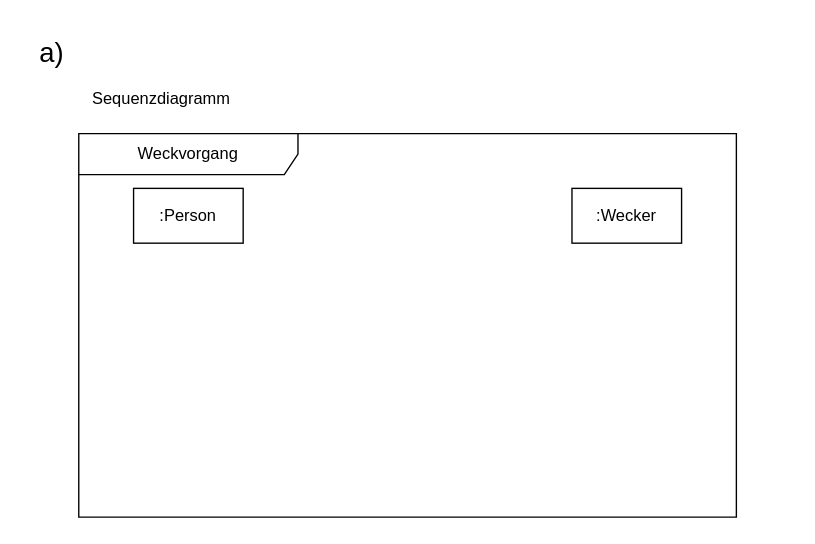
Earlier version of the draw.io diagram 10-13 Sequenzdiagramm und Zustandsdiagramm/Aufgabe10/Aufgabe10.drawio (R4Tobi/modellierung). Source tidied: cells renumbered, new cells numbered last; positions are measured from the earlier drawing's top-left corner, leaving out a move shared by most shapes. Both pictures are drawn from the tidied source at 137%, with x=0, y=0 at pixel (23, 23).
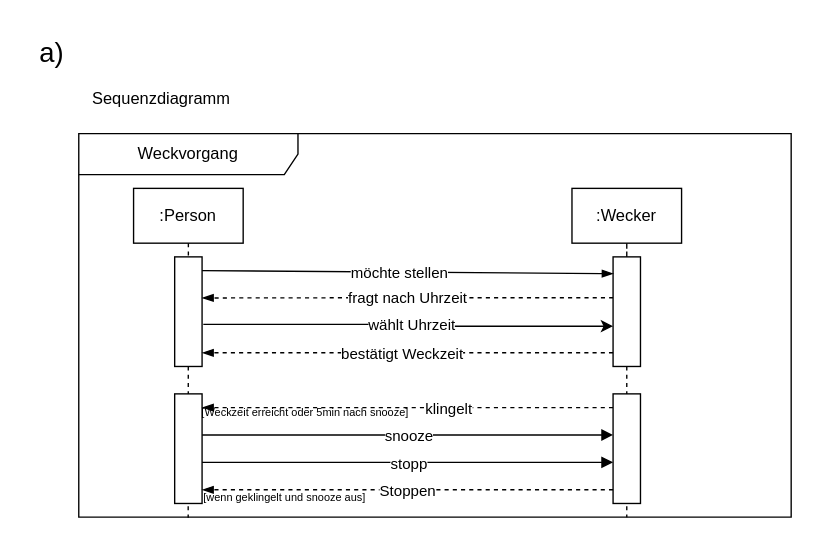
The same diagram, later.

Unchanged cells that the change refers to:
```xml
<mxCell id="3" value=":Person" style="rounded=0;whiteSpace=wrap;html=1;" parent="2" vertex="1">
  <mxGeometry x="40" y="40" width="80" height="40" as="geometry" />
</mxCell>
<mxCell id="4" value=":Wecker" style="whiteSpace=wrap;html=1;" parent="2" vertex="1">
  <mxGeometry x="360" y="40" width="80" height="40" as="geometry" />
</mxCell>
```

Change to the diagram source:
```diff
@@
     <mxCell id="2" value="Weckvorgang" style="shape=umlFrame;whiteSpace=wrap;html=1;width=160;" parent="1" vertex="1">
-      <mxGeometry x="40" y="80" width="480" height="280" as="geometry" />
+      <mxGeometry x="40" y="80" width="520" height="280" as="geometry" />
     </mxCell>
@@
+    <mxCell id="7" style="edgeStyle=orthogonalEdgeStyle;rounded=0;jettySize=auto;html=1;endArrow=none;endFill=0;entryX=0.5;entryY=0;entryDx=0;entryDy=0;dashed=1;" parent="2" edge="1" source="4" target="15">
+      <mxGeometry relative="1" as="geometry" />
+    </mxCell>
@@
+    <mxCell id="8" style="endArrow=none;dashed=1;html=1;rounded=0;exitX=0.5;exitY=1;exitDx=0;exitDy=0;entryX=-0.001;entryY=1.017;entryDx=0;entryDy=0;entryPerimeter=0;" parent="2" edge="1" source="3" target="31">
+      <mxGeometry relative="1" as="geometry" />
+    </mxCell>
+    <mxCell id="9" style="endArrow=none;dashed=1;html=1;rounded=0;" parent="2" edge="1" source="15">
+      <mxGeometry relative="1" as="geometry">
+        <mxPoint x="400" y="280" as="targetPoint" />
+      </mxGeometry>
+    </mxCell>
+    <mxCell id="10" style="edgeStyle=orthogonalEdgeStyle;rounded=0;orthogonalLoop=1;jettySize=auto;html=1;exitX=0.971;exitY=0.635;exitDx=0;exitDy=0;entryX=-0.073;entryY=0.651;entryDx=0;entryDy=0;exitPerimeter=0;entryPerimeter=0;" parent="2" edge="1">
+      <mxGeometry relative="1" as="geometry">
+        <mxPoint x="90.9" y="139.3" as="sourcePoint" />
+        <mxPoint x="390" y="140.6" as="targetPoint" />
+        <Array as="points">
+          <mxPoint x="241" y="139" />
+          <mxPoint x="391" y="140" />
+        </Array>
+      </mxGeometry>
+    </mxCell>
+    <mxCell id="11" value="wählt Uhrzeit" style="edgeLabel;html=1;align=center;verticalAlign=middle;" parent="10" vertex="1">
+      <mxGeometry y="1" relative="1" as="geometry" />
+    </mxCell>
+    <mxCell id="12" style="whiteSpace=wrap;html=1;" parent="2" vertex="1">
+      <mxGeometry x="70" y="90" width="20" height="80" as="geometry" />
+    </mxCell>
+    <mxCell id="13" style="edgeStyle=orthogonalEdgeStyle;rounded=0;jettySize=auto;html=1;exitX=0.006;exitY=0.373;exitDx=0;exitDy=0;dashed=1;endArrow=blockThin;endFill=1;exitPerimeter=0;" parent="2" edge="1" source="15">
+      <mxGeometry relative="1" as="geometry">
+        <mxPoint x="90" y="120" as="targetPoint" />
+        <Array as="points">
+          <mxPoint x="240" y="120" />
+        </Array>
+      </mxGeometry>
+    </mxCell>
+    <mxCell id="14" value="fragt nach Uhrzeit" style="edgeLabel;html=1;align=center;verticalAlign=middle;" parent="13" vertex="1">
+      <mxGeometry x="0.03" y="-2" relative="1" as="geometry">
+        <mxPoint x="4" y="2" as="offset" />
+      </mxGeometry>
+    </mxCell>
+    <mxCell id="15" style="whiteSpace=wrap;html=1;" parent="2" vertex="1">
+      <mxGeometry x="390" y="90" width="20" height="80" as="geometry" />
+    </mxCell>
+    <mxCell id="16" style="endArrow=blockThin;html=1;rounded=0;endFill=1;entryX=0.014;entryY=0.153;entryDx=0;entryDy=0;entryPerimeter=0;" parent="2" edge="1" target="15">
+      <mxGeometry relative="1" as="geometry">
+        <mxPoint x="90" y="100" as="sourcePoint" />
+      </mxGeometry>
+    </mxCell>
+    <mxCell id="17" value="möchte stellen" style="edgeLabel;html=1;align=center;verticalAlign=middle;" parent="16" vertex="1">
+      <mxGeometry x="-0.04" relative="1" as="geometry" />
+    </mxCell>
+    <mxCell id="18" style="edgeStyle=orthogonalEdgeStyle;rounded=0;orthogonalLoop=1;jettySize=auto;html=1;exitX=0.006;exitY=0.373;exitDx=0;exitDy=0;dashed=1;endArrow=blockThin;endFill=1;exitPerimeter=0;" parent="2" edge="1">
+      <mxGeometry relative="1" as="geometry">
+        <mxPoint x="390" y="160" as="sourcePoint" />
+        <mxPoint x="90" y="160" as="targetPoint" />
+        <Array as="points">
+          <mxPoint x="240" y="160" />
+        </Array>
+      </mxGeometry>
+    </mxCell>
+    <mxCell id="19" value="bestätigt Weckzeit" style="edgeLabel;html=1;align=center;verticalAlign=middle;" parent="18" vertex="1">
+      <mxGeometry x="0.03" y="-2" relative="1" as="geometry">
+        <mxPoint y="2" as="offset" />
+      </mxGeometry>
+    </mxCell>
+    <mxCell id="20" style="edgeStyle=orthogonalEdgeStyle;rounded=0;orthogonalLoop=1;jettySize=auto;html=1;entryX=0;entryY=0.5;entryDx=0;entryDy=0;endArrow=block;endFill=1;" parent="2" edge="1">
+      <mxGeometry relative="1" as="geometry">
+        <mxPoint x="90" y="220" as="sourcePoint" />
+        <mxPoint x="390" y="220" as="targetPoint" />
+      </mxGeometry>
+    </mxCell>
+    <mxCell id="21" value="snooze" style="edgeLabel;html=1;align=center;verticalAlign=middle;" parent="20" vertex="1">
+      <mxGeometry relative="1" as="geometry" />
+    </mxCell>
+    <mxCell id="22" style="whiteSpace=wrap;html=1;" parent="2" vertex="1">
+      <mxGeometry x="70" y="190" width="20" height="80" as="geometry" />
+    </mxCell>
+    <mxCell id="23" style="edgeStyle=orthogonalEdgeStyle;rounded=0;orthogonalLoop=1;jettySize=auto;html=1;exitX=0;exitY=0.25;exitDx=0;exitDy=0;entryX=1;entryY=0.25;entryDx=0;entryDy=0;dashed=1;endArrow=blockThin;endFill=1;" parent="2" edge="1">
+      <mxGeometry relative="1" as="geometry">
+        <mxPoint x="390" y="200" as="sourcePoint" />
+        <mxPoint x="90" y="200" as="targetPoint" />
+      </mxGeometry>
+    </mxCell>
+    <mxCell id="24" value="klingelt" style="edgeLabel;html=1;align=center;verticalAlign=middle;" parent="23" vertex="1">
+      <mxGeometry x="0.01" y="1" relative="1" as="geometry">
+        <mxPoint x="31" y="-1" as="offset" />
+      </mxGeometry>
+    </mxCell>
+    <mxCell id="25" style="whiteSpace=wrap;html=1;" parent="2" vertex="1">
+      <mxGeometry x="390" y="190" width="20" height="80" as="geometry" />
+    </mxCell>
+    <mxCell id="26" value="&lt;font style=&quot;font-size: 8px;&quot;&gt;[Weckzeit erreicht oder 5min nach snooze]&lt;/font&gt;" style="text;html=1;align=center;verticalAlign=middle;strokeColor=none;fillColor=none;" parent="2" vertex="1">
+      <mxGeometry x="80" y="188" width="170" height="30" as="geometry" />
+    </mxCell>
+    <mxCell id="27" style="edgeStyle=orthogonalEdgeStyle;rounded=0;orthogonalLoop=1;jettySize=auto;html=1;exitX=0;exitY=0.25;exitDx=0;exitDy=0;entryX=1;entryY=0.25;entryDx=0;entryDy=0;dashed=1;endArrow=blockThin;endFill=1;" parent="2" edge="1">
+      <mxGeometry relative="1" as="geometry">
+        <mxPoint x="390" y="260" as="sourcePoint" />
+        <mxPoint x="90" y="260" as="targetPoint" />
+      </mxGeometry>
+    </mxCell>
+    <mxCell id="28" value="Stoppen" style="edgeLabel;html=1;align=center;verticalAlign=middle;" parent="27" vertex="1">
+      <mxGeometry x="0.01" y="1" relative="1" as="geometry">
+        <mxPoint x="1" y="-1" as="offset" />
+      </mxGeometry>
+    </mxCell>
+    <mxCell id="29" style="edgeStyle=orthogonalEdgeStyle;rounded=0;orthogonalLoop=1;jettySize=auto;html=1;entryX=0;entryY=0.5;entryDx=0;entryDy=0;endArrow=block;endFill=1;" parent="2" edge="1">
+      <mxGeometry relative="1" as="geometry">
+        <mxPoint x="90" y="240" as="sourcePoint" />
+        <mxPoint x="390" y="240" as="targetPoint" />
+      </mxGeometry>
+    </mxCell>
+    <mxCell id="30" value="stopp" style="edgeLabel;html=1;align=center;verticalAlign=middle;" parent="29" vertex="1">
+      <mxGeometry relative="1" as="geometry" />
+    </mxCell>
+    <mxCell id="31" value="&lt;font style=&quot;font-size: 8px;&quot;&gt;[wenn geklingelt und snooze aus]&lt;/font&gt;" style="text;html=1;align=center;verticalAlign=middle;points=[];strokeColor=none;fillColor=none;" parent="2" vertex="1">
+      <mxGeometry x="80" y="250" width="140" height="30" as="geometry" />
+    </mxCell>
```
